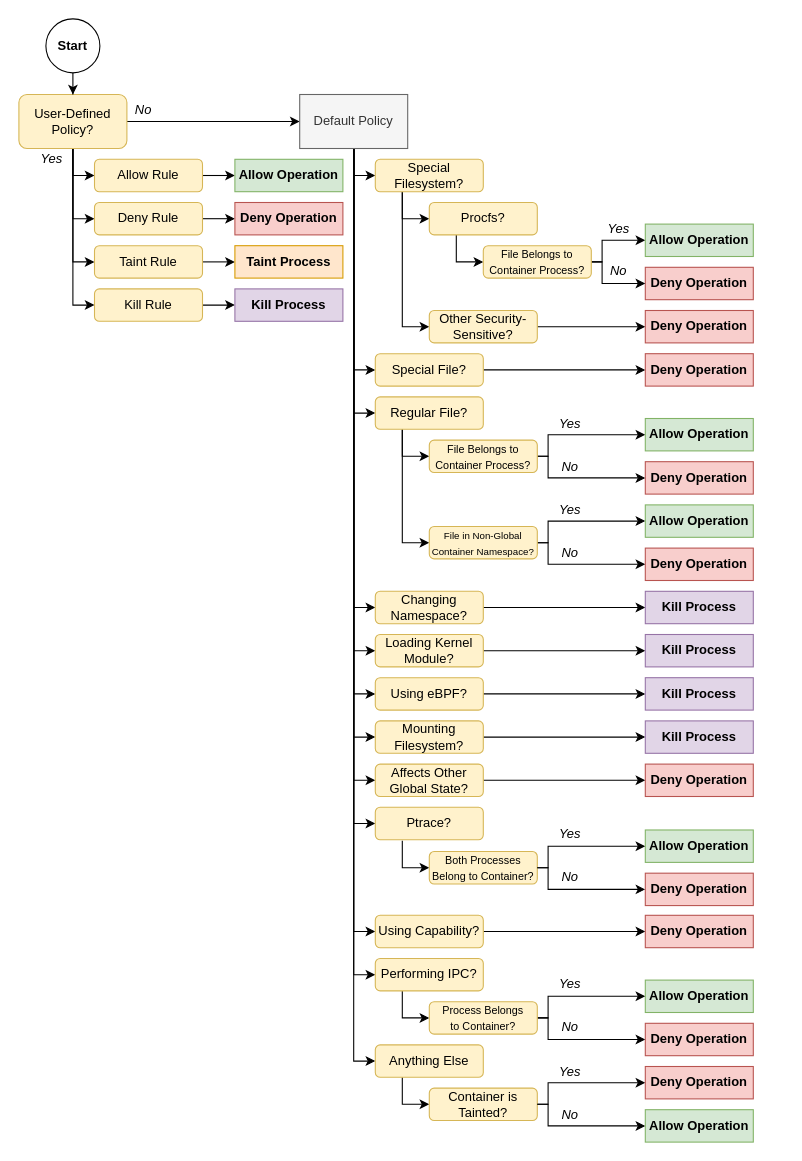
Earlier version of the draw.io diagram thesis/figs/bpfcontain/drawio/enforcement.drawio (willfindlay/masters-thesis). Source tidied: cells renumbered, new cells numbered last; positions are measured from the earlier drawing's top-left corner, leaving out a move shared by most shapes. Both pictures are drawn from the tidied source at 108%, with x=0, y=0 at pixel (18, 18).
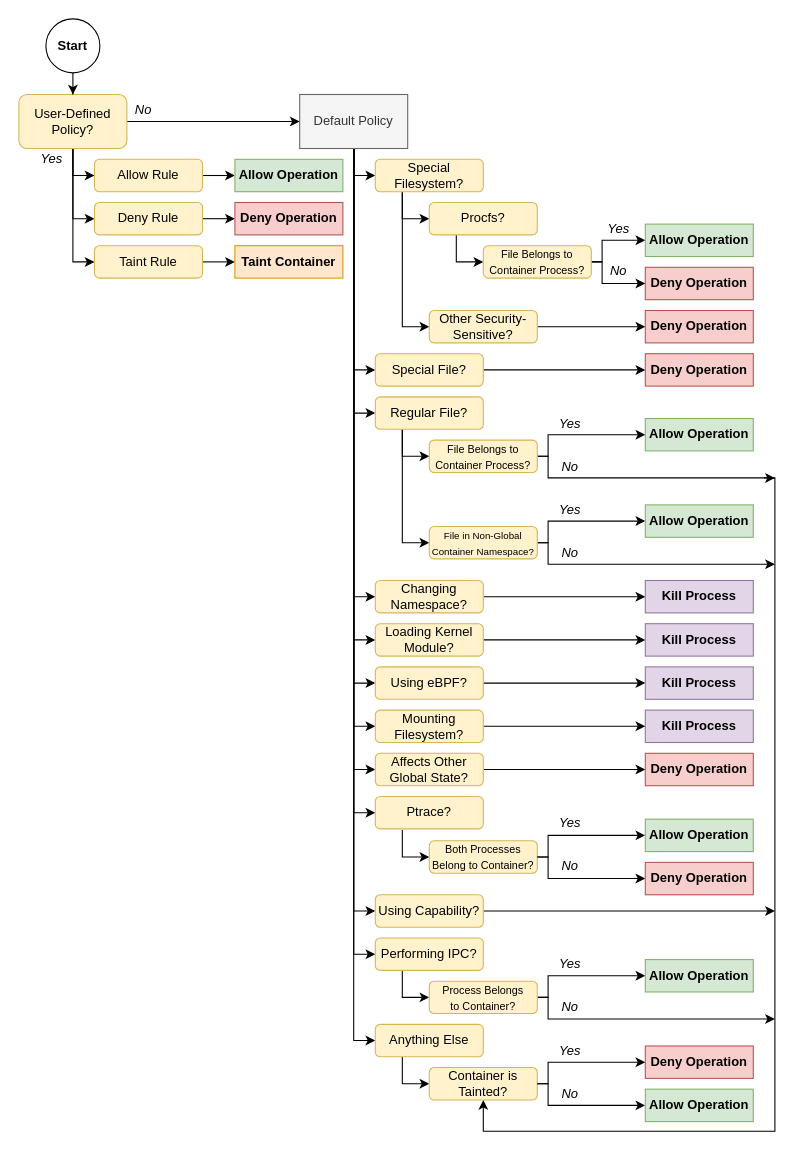
After the change.

The change refers to these unchanged cells:
```xml
<mxCell id="7" value="User-Defined Policy?" style="rounded=1;whiteSpace=wrap;html=1;fillColor=#fff2cc;strokeColor=#d6b656;" parent="1" vertex="1">
  <mxGeometry y="70" width="100" height="50" as="geometry" />
</mxCell>
<mxCell id="66" value="&lt;font style=&quot;font-size: 10px&quot;&gt;File Belongs to Container Process?&lt;/font&gt;" style="rounded=1;whiteSpace=wrap;html=1;fillColor=#fff2cc;strokeColor=#d6b656;" parent="1" vertex="1">
  <mxGeometry x="380" y="390" width="100" height="30" as="geometry" />
</mxCell>
<mxCell id="93" value="&lt;font style=&quot;font-size: 9px&quot;&gt;File in Non-Global Container Namespace?&lt;/font&gt;" style="rounded=1;whiteSpace=wrap;html=1;fillColor=#fff2cc;strokeColor=#d6b656;" parent="1" vertex="1">
  <mxGeometry x="380" y="470" width="100" height="30" as="geometry" />
</mxCell>
```

What changed in the source:
```diff
@@
-    <mxCell id="5" style="edgeStyle=orthogonalEdgeStyle;rounded=0;jettySize=auto;html=1;exitX=0.5;exitY=1;exitDx=0;exitDy=0;entryX=0;entryY=0.5;entryDx=0;entryDy=0;" parent="1" edge="1" source="7" target="15">
-      <mxGeometry relative="1" as="geometry" />
-    </mxCell>
@@
-    <mxCell id="14" style="edgeStyle=orthogonalEdgeStyle;rounded=0;jettySize=auto;html=1;exitX=1;exitY=0.5;exitDx=0;exitDy=0;" parent="1" edge="1" source="15" target="19">
-      <mxGeometry relative="1" as="geometry" />
-    </mxCell>
-    <mxCell id="15" value="Kill Rule" style="rounded=1;whiteSpace=wrap;html=1;fillColor=#fff2cc;strokeColor=#d6b656;" parent="1" vertex="1">
-      <mxGeometry x="70" y="250" width="100" height="30" as="geometry" />
-    </mxCell>
@@
-    <mxCell id="19" value="Kill Process" style="rounded=0;whiteSpace=wrap;html=1;fillColor=#e1d5e7;strokeColor=#9673a6;fontStyle=1;" parent="1" vertex="1">
-      <mxGeometry x="200" y="250" width="100" height="30" as="geometry" />
-    </mxCell>
@@
-    <mxCell id="21" value="Taint Process" style="rounded=0;whiteSpace=wrap;html=1;fillColor=#ffe6cc;strokeColor=#d79b00;fontStyle=1;" parent="1" vertex="1">
+    <mxCell id="21" value="Taint Container" style="rounded=0;whiteSpace=wrap;html=1;fillColor=#ffe6cc;strokeColor=#d79b00;fontStyle=1;" parent="1" vertex="1">
       <mxGeometry x="200" y="210" width="100" height="30" as="geometry" />
     </mxCell>
@@
     <mxCell id="54" value="Changing Namespace?" style="rounded=1;whiteSpace=wrap;html=1;fillColor=#fff2cc;strokeColor=#d6b656;" parent="1" vertex="1">
-      <mxGeometry x="330" y="530" width="100" height="30" as="geometry" />
+      <mxGeometry x="330" y="520" width="100" height="30" as="geometry" />
     </mxCell>
     <mxCell id="55" value="Kill Process" style="rounded=0;whiteSpace=wrap;html=1;fillColor=#e1d5e7;strokeColor=#9673a6;fontStyle=1;" parent="1" vertex="1">
-      <mxGeometry x="580" y="530" width="100" height="30" as="geometry" />
+      <mxGeometry x="580" y="520" width="100" height="30" as="geometry" />
     </mxCell>
@@
     <mxCell id="57" value="Loading Kernel Module?" style="rounded=1;whiteSpace=wrap;html=1;fillColor=#fff2cc;strokeColor=#d6b656;" parent="1" vertex="1">
-      <mxGeometry x="330" y="570" width="100" height="30" as="geometry" />
+      <mxGeometry x="330" y="560" width="100" height="30" as="geometry" />
     </mxCell>
     <mxCell id="58" value="Kill Process" style="rounded=0;whiteSpace=wrap;html=1;fillColor=#e1d5e7;strokeColor=#9673a6;fontStyle=1;" parent="1" vertex="1">
-      <mxGeometry x="580" y="570" width="100" height="30" as="geometry" />
+      <mxGeometry x="580" y="560" width="100" height="30" as="geometry" />
     </mxCell>
@@
     <mxCell id="60" value="Using eBPF?" style="rounded=1;whiteSpace=wrap;html=1;fillColor=#fff2cc;strokeColor=#d6b656;" parent="1" vertex="1">
-      <mxGeometry x="330" y="610" width="100" height="30" as="geometry" />
+      <mxGeometry x="330" y="600" width="100" height="30" as="geometry" />
     </mxCell>
@@
-    <mxCell id="65" style="edgeStyle=orthogonalEdgeStyle;rounded=0;jettySize=auto;html=1;exitX=1;exitY=0.5;exitDx=0;exitDy=0;" parent="1" edge="1" source="66" target="68">
-      <mxGeometry relative="1" as="geometry">
-        <Array as="points">
-          <mxPoint x="490" y="405" />
-          <mxPoint x="490" y="425" />
-        </Array>
-      </mxGeometry>
-    </mxCell>
+    <mxCell id="117" style="edgeStyle=orthogonalEdgeStyle;rounded=0;jettySize=auto;html=1;exitX=1;exitY=0.5;exitDx=0;exitDy=0;endArrow=classic;endFill=1;" parent="1" edge="1" source="66">
+      <mxGeometry relative="1" as="geometry">
+        <mxPoint x="700" y="425" as="targetPoint" />
+        <Array as="points">
+          <mxPoint x="490" y="405" />
+          <mxPoint x="490" y="425" />
+          <mxPoint x="700" y="425" />
+        </Array>
+      </mxGeometry>
+    </mxCell>
@@
-    <mxCell id="68" value="Deny Operation" style="rounded=0;whiteSpace=wrap;html=1;fillColor=#f8cecc;strokeColor=#b85450;fontStyle=1;" parent="1" vertex="1">
-      <mxGeometry x="580" y="410" width="100" height="30" as="geometry" />
-    </mxCell>
     <mxCell id="69" value="Kill Process" style="rounded=0;whiteSpace=wrap;html=1;fillColor=#e1d5e7;strokeColor=#9673a6;fontStyle=1;" parent="1" vertex="1">
-      <mxGeometry x="580" y="610" width="100" height="30" as="geometry" />
+      <mxGeometry x="580" y="600" width="100" height="30" as="geometry" />
     </mxCell>
     <mxCell id="70" style="edgeStyle=orthogonalEdgeStyle;rounded=0;jettySize=auto;html=1;exitX=0.25;exitY=1;exitDx=0;exitDy=0;entryX=0;entryY=0.5;entryDx=0;entryDy=0;" parent="1" edge="1" source="71" target="76">
       <mxGeometry relative="1" as="geometry">
         <Array as="points">
-          <mxPoint x="355" y="925" />
+          <mxPoint x="355" y="906" />
         </Array>
       </mxGeometry>
     </mxCell>
     <mxCell id="71" value="Performing IPC?" style="rounded=1;whiteSpace=wrap;html=1;fillColor=#fff2cc;strokeColor=#d6b656;" parent="1" vertex="1">
-      <mxGeometry x="330" y="870" width="100" height="30" as="geometry" />
+      <mxGeometry x="330" y="851" width="100" height="30" as="geometry" />
     </mxCell>
     <mxCell id="72" style="edgeStyle=orthogonalEdgeStyle;rounded=0;jettySize=auto;html=1;exitX=1;exitY=0.5;exitDx=0;exitDy=0;" parent="1" edge="1" source="76" target="74">
       <mxGeometry relative="1" as="geometry">
         <Array as="points">
-          <mxPoint x="490" y="925" />
-          <mxPoint x="490" y="905" />
+          <mxPoint x="490" y="906" />
+          <mxPoint x="490" y="886" />
         </Array>
       </mxGeometry>
     </mxCell>
-    <mxCell id="73" style="edgeStyle=orthogonalEdgeStyle;rounded=0;jettySize=auto;html=1;exitX=1;exitY=0.5;exitDx=0;exitDy=0;" parent="1" edge="1" source="76" target="75">
+    <mxCell id="73" style="edgeStyle=orthogonalEdgeStyle;rounded=0;jettySize=auto;html=1;exitX=1;exitY=0.5;exitDx=0;exitDy=0;endArrow=classic;endFill=1;" parent="1" edge="1" source="76">
       <mxGeometry relative="1" as="geometry">
+        <mxPoint x="700" y="926" as="targetPoint" />
         <Array as="points">
-          <mxPoint x="490" y="925" />
-          <mxPoint x="490" y="945" />
+          <mxPoint x="490" y="906" />
+          <mxPoint x="490" y="926" />
         </Array>
       </mxGeometry>
     </mxCell>
     <mxCell id="74" value="Allow Operation" style="rounded=0;whiteSpace=wrap;html=1;fillColor=#d5e8d4;strokeColor=#82b366;fontStyle=1;" parent="1" vertex="1">
-      <mxGeometry x="580" y="890" width="100" height="30" as="geometry" />
+      <mxGeometry x="580" y="871" width="100" height="30" as="geometry" />
     </mxCell>
-    <mxCell id="75" value="Deny Operation" style="rounded=0;whiteSpace=wrap;html=1;fillColor=#f8cecc;strokeColor=#b85450;fontStyle=1;" parent="1" vertex="1">
-      <mxGeometry x="580" y="930" width="100" height="30" as="geometry" />
-    </mxCell>
     <mxCell id="76" value="&lt;font style=&quot;font-size: 10px&quot;&gt;Process Belongs&lt;br&gt;to Container?&lt;/font&gt;" style="rounded=1;whiteSpace=wrap;html=1;fillColor=#fff2cc;strokeColor=#d6b656;" parent="1" vertex="1">
-      <mxGeometry x="380" y="910" width="100" height="30" as="geometry" />
+      <mxGeometry x="380" y="891" width="100" height="30" as="geometry" />
     </mxCell>
     <mxCell id="77" style="edgeStyle=orthogonalEdgeStyle;rounded=0;jettySize=auto;html=1;exitX=0.25;exitY=1;exitDx=0;exitDy=0;entryX=0;entryY=0.5;entryDx=0;entryDy=0;" parent="1" edge="1" source="78" target="79">
       <mxGeometry relative="1" as="geometry">
         <Array as="points">
-          <mxPoint x="355" y="1005" />
+          <mxPoint x="355" y="986" />
         </Array>
       </mxGeometry>
     </mxCell>
     <mxCell id="78" value="Anything Else" style="rounded=1;whiteSpace=wrap;html=1;fillColor=#fff2cc;strokeColor=#d6b656;" parent="1" vertex="1">
-      <mxGeometry x="330" y="950" width="100" height="30" as="geometry" />
+      <mxGeometry x="330" y="931" width="100" height="30" as="geometry" />
     </mxCell>
+    <mxCell id="118" style="edgeStyle=orthogonalEdgeStyle;rounded=0;jettySize=auto;html=1;exitX=0.5;exitY=1;exitDx=0;exitDy=0;endArrow=none;endFill=0;startArrow=classic;startFill=1;strokeWidth=1;" parent="1" edge="1" source="79">
+      <mxGeometry relative="1" as="geometry">
+        <mxPoint x="690" y="425" as="targetPoint" />
+        <Array as="points">
+          <mxPoint x="430" y="1030" />
+          <mxPoint x="700" y="1030" />
+          <mxPoint x="700" y="425" />
+        </Array>
+      </mxGeometry>
+    </mxCell>
     <mxCell id="79" value="Container is Tainted?" style="rounded=1;whiteSpace=wrap;html=1;fillColor=#fff2cc;strokeColor=#d6b656;" parent="1" vertex="1">
-      <mxGeometry x="380" y="990" width="100" height="30" as="geometry" />
+      <mxGeometry x="380" y="971" width="100" height="30" as="geometry" />
     </mxCell>
     <mxCell id="80" style="edgeStyle=orthogonalEdgeStyle;rounded=0;jettySize=auto;html=1;exitX=1;exitY=0.5;exitDx=0;exitDy=0;" parent="1" edge="1" target="82">
       <mxGeometry relative="1" as="geometry">
-        <mxPoint x="480" y="1005" as="sourcePoint" />
+        <mxPoint x="480" y="986" as="sourcePoint" />
         <Array as="points">
-          <mxPoint x="490" y="1005" />
-          <mxPoint x="490" y="985" />
+          <mxPoint x="490" y="986" />
+          <mxPoint x="490" y="966" />
         </Array>
       </mxGeometry>
     </mxCell>
     <mxCell id="81" style="edgeStyle=orthogonalEdgeStyle;rounded=0;jettySize=auto;html=1;exitX=1;exitY=0.5;exitDx=0;exitDy=0;" parent="1" edge="1" target="83">
       <mxGeometry relative="1" as="geometry">
-        <mxPoint x="480" y="1005" as="sourcePoint" />
+        <mxPoint x="480" y="986" as="sourcePoint" />
         <Array as="points">
-          <mxPoint x="490" y="1005" />
-          <mxPoint x="490" y="1025" />
+          <mxPoint x="490" y="986" />
+          <mxPoint x="490" y="1006" />
         </Array>
       </mxGeometry>
     </mxCell>
     <mxCell id="82" value="Deny Operation" style="rounded=0;whiteSpace=wrap;html=1;fillColor=#f8cecc;strokeColor=#b85450;fontStyle=1;" parent="1" vertex="1">
-      <mxGeometry x="580" y="970" width="100" height="30" as="geometry" />
+      <mxGeometry x="580" y="951" width="100" height="30" as="geometry" />
     </mxCell>
     <mxCell id="83" value="Allow Operation" style="rounded=0;whiteSpace=wrap;html=1;fillColor=#d5e8d4;strokeColor=#82b366;fontStyle=1;" parent="1" vertex="1">
-      <mxGeometry x="580" y="1010" width="100" height="30" as="geometry" />
+      <mxGeometry x="580" y="991" width="100" height="30" as="geometry" />
     </mxCell>
@@
     <mxCell id="85" value="Mounting Filesystem?" style="rounded=1;whiteSpace=wrap;html=1;fillColor=#fff2cc;strokeColor=#d6b656;" parent="1" vertex="1">
-      <mxGeometry x="330" y="650" width="100" height="30" as="geometry" />
+      <mxGeometry x="330" y="640" width="100" height="30" as="geometry" />
     </mxCell>
     <mxCell id="86" value="Kill Process" style="rounded=0;whiteSpace=wrap;html=1;fillColor=#e1d5e7;strokeColor=#9673a6;fontStyle=1;" parent="1" vertex="1">
-      <mxGeometry x="580" y="650" width="100" height="30" as="geometry" />
+      <mxGeometry x="580" y="640" width="100" height="30" as="geometry" />
     </mxCell>
@@
     <mxCell id="88" style="edgeStyle=orthogonalEdgeStyle;rounded=0;jettySize=auto;html=1;exitX=1;exitY=0.5;exitDx=0;exitDy=0;" parent="1" edge="1" source="93">
       <mxGeometry relative="1" as="geometry">
-        <mxPoint x="580" y="505" as="targetPoint" />
+        <mxPoint x="700" y="505" as="targetPoint" />
         <Array as="points">
           <mxPoint x="490" y="485" />
           <mxPoint x="490" y="505" />
         </Array>
       </mxGeometry>
     </mxCell>
@@
-    <mxCell id="90" value="Deny Operation" style="rounded=0;whiteSpace=wrap;html=1;fillColor=#f8cecc;strokeColor=#b85450;fontStyle=1;" parent="1" vertex="1">
-      <mxGeometry x="580" y="490" width="100" height="30" as="geometry" />
-    </mxCell>
@@
     <mxCell id="96" value="Yes" style="text;html=1;align=center;verticalAlign=middle;strokeColor=none;fontStyle=2;" parent="1" vertex="1">
-      <mxGeometry x="490" y="965" width="40" height="20" as="geometry" />
+      <mxGeometry x="490" y="946" width="40" height="20" as="geometry" />
     </mxCell>
     <mxCell id="97" value="No" style="text;html=1;align=center;verticalAlign=middle;strokeColor=none;fontStyle=2;" parent="1" vertex="1">
-      <mxGeometry x="495" y="1005" width="30" height="20" as="geometry" />
+      <mxGeometry x="495" y="986" width="30" height="20" as="geometry" />
     </mxCell>
     <mxCell id="98" value="No" style="text;html=1;align=center;verticalAlign=middle;strokeColor=none;fontStyle=2;" parent="1" vertex="1">
-      <mxGeometry x="495" y="924" width="30" height="20" as="geometry" />
+      <mxGeometry x="495" y="905" width="30" height="20" as="geometry" />
     </mxCell>
     <mxCell id="99" value="Yes" style="text;html=1;align=center;verticalAlign=middle;strokeColor=none;fontStyle=2;" parent="1" vertex="1">
-      <mxGeometry x="490" y="884" width="40" height="20" as="geometry" />
+      <mxGeometry x="490" y="865" width="40" height="20" as="geometry" />
     </mxCell>
-    <mxCell id="100" style="edgeStyle=orthogonalEdgeStyle;rounded=0;jettySize=auto;html=1;exitX=1;exitY=0.5;exitDx=0;exitDy=0;entryX=0;entryY=0.5;entryDx=0;entryDy=0;" parent="1" edge="1" source="101" target="102">
-      <mxGeometry relative="1" as="geometry" />
+    <mxCell id="100" style="edgeStyle=orthogonalEdgeStyle;rounded=0;jettySize=auto;html=1;exitX=1;exitY=0.5;exitDx=0;exitDy=0;endArrow=classic;endFill=1;" parent="1" edge="1" source="101">
+      <mxGeometry relative="1" as="geometry">
+        <mxPoint x="700" y="826" as="targetPoint" />
+      </mxGeometry>
     </mxCell>
     <mxCell id="101" value="Using Capability?" style="rounded=1;whiteSpace=wrap;html=1;fillColor=#fff2cc;strokeColor=#d6b656;" parent="1" vertex="1">
-      <mxGeometry x="330" y="830" width="100" height="30" as="geometry" />
+      <mxGeometry x="330" y="811" width="100" height="30" as="geometry" />
     </mxCell>
-    <mxCell id="102" value="Deny Operation" style="rounded=0;whiteSpace=wrap;html=1;fillColor=#f8cecc;strokeColor=#b85450;fontStyle=1;" parent="1" vertex="1">
-      <mxGeometry x="580" y="830" width="100" height="30" as="geometry" />
-    </mxCell>
@@
     <mxCell id="104" value="Affects Other Global State?" style="rounded=1;whiteSpace=wrap;html=1;fillColor=#fff2cc;strokeColor=#d6b656;" parent="1" vertex="1">
-      <mxGeometry x="330" y="690" width="100" height="30" as="geometry" />
+      <mxGeometry x="330" y="680" width="100" height="30" as="geometry" />
     </mxCell>
     <mxCell id="105" value="Deny Operation" style="rounded=0;whiteSpace=wrap;html=1;fillColor=#f8cecc;strokeColor=#b85450;fontStyle=1;" parent="1" vertex="1">
-      <mxGeometry x="580" y="690" width="100" height="30" as="geometry" />
+      <mxGeometry x="580" y="680" width="100" height="30" as="geometry" />
     </mxCell>
@@
     <mxCell id="108" value="Ptrace?" style="rounded=1;whiteSpace=wrap;html=1;fillColor=#fff2cc;strokeColor=#d6b656;" parent="1" vertex="1">
-      <mxGeometry x="330" y="730" width="100" height="30" as="geometry" />
+      <mxGeometry x="330" y="720" width="100" height="30" as="geometry" />
     </mxCell>
     <mxCell id="109" style="edgeStyle=orthogonalEdgeStyle;rounded=0;jettySize=auto;html=1;exitX=0.25;exitY=1;exitDx=0;exitDy=0;entryX=0;entryY=0.5;entryDx=0;entryDy=0;" parent="1" edge="1" target="110">
       <mxGeometry relative="1" as="geometry">
-        <mxPoint x="355" y="761" as="sourcePoint" />
+        <mxPoint x="355" y="751" as="sourcePoint" />
         <Array as="points">
-          <mxPoint x="355" y="786" />
+          <mxPoint x="355" y="776" />
         </Array>
       </mxGeometry>
     </mxCell>
     <mxCell id="110" value="&lt;span style=&quot;font-size: 10px&quot;&gt;Both Processes Belong to Container?&lt;/span&gt;" style="rounded=1;whiteSpace=wrap;html=1;fillColor=#fff2cc;strokeColor=#d6b656;" parent="1" vertex="1">
-      <mxGeometry x="380" y="771" width="100" height="30" as="geometry" />
+      <mxGeometry x="380" y="761" width="100" height="30" as="geometry" />
     </mxCell>
     <mxCell id="111" style="edgeStyle=orthogonalEdgeStyle;rounded=0;jettySize=auto;html=1;exitX=1;exitY=0.5;exitDx=0;exitDy=0;" parent="1" edge="1" source="110" target="113">
       <mxGeometry relative="1" as="geometry">
         <Array as="points">
-          <mxPoint x="490" y="786" />
-          <mxPoint x="490" y="766" />
+          <mxPoint x="490" y="776" />
+          <mxPoint x="490" y="756" />
         </Array>
       </mxGeometry>
     </mxCell>
     <mxCell id="112" style="edgeStyle=orthogonalEdgeStyle;rounded=0;jettySize=auto;html=1;exitX=1;exitY=0.5;exitDx=0;exitDy=0;" parent="1" edge="1" source="110" target="114">
       <mxGeometry relative="1" as="geometry">
         <Array as="points">
-          <mxPoint x="490" y="786" />
-          <mxPoint x="490" y="806" />
+          <mxPoint x="490" y="776" />
+          <mxPoint x="490" y="796" />
         </Array>
       </mxGeometry>
     </mxCell>
     <mxCell id="113" value="Allow Operation" style="rounded=0;whiteSpace=wrap;html=1;fillColor=#d5e8d4;strokeColor=#82b366;fontStyle=1;" parent="1" vertex="1">
-      <mxGeometry x="580" y="751" width="100" height="30" as="geometry" />
+      <mxGeometry x="580" y="741" width="100" height="30" as="geometry" />
     </mxCell>
     <mxCell id="114" value="Deny Operation" style="rounded=0;whiteSpace=wrap;html=1;fillColor=#f8cecc;strokeColor=#b85450;fontStyle=1;" parent="1" vertex="1">
-      <mxGeometry x="580" y="791" width="100" height="30" as="geometry" />
+      <mxGeometry x="580" y="781" width="100" height="30" as="geometry" />
     </mxCell>
     <mxCell id="115" value="No" style="text;html=1;align=center;verticalAlign=middle;strokeColor=none;fontStyle=2;" parent="1" vertex="1">
-      <mxGeometry x="495" y="785" width="30" height="20" as="geometry" />
+      <mxGeometry x="495" y="775" width="30" height="20" as="geometry" />
     </mxCell>
     <mxCell id="116" value="Yes" style="text;html=1;align=center;verticalAlign=middle;strokeColor=none;fontStyle=2;" parent="1" vertex="1">
-      <mxGeometry x="490" y="745" width="40" height="20" as="geometry" />
+      <mxGeometry x="490" y="735" width="40" height="20" as="geometry" />
     </mxCell>
```
